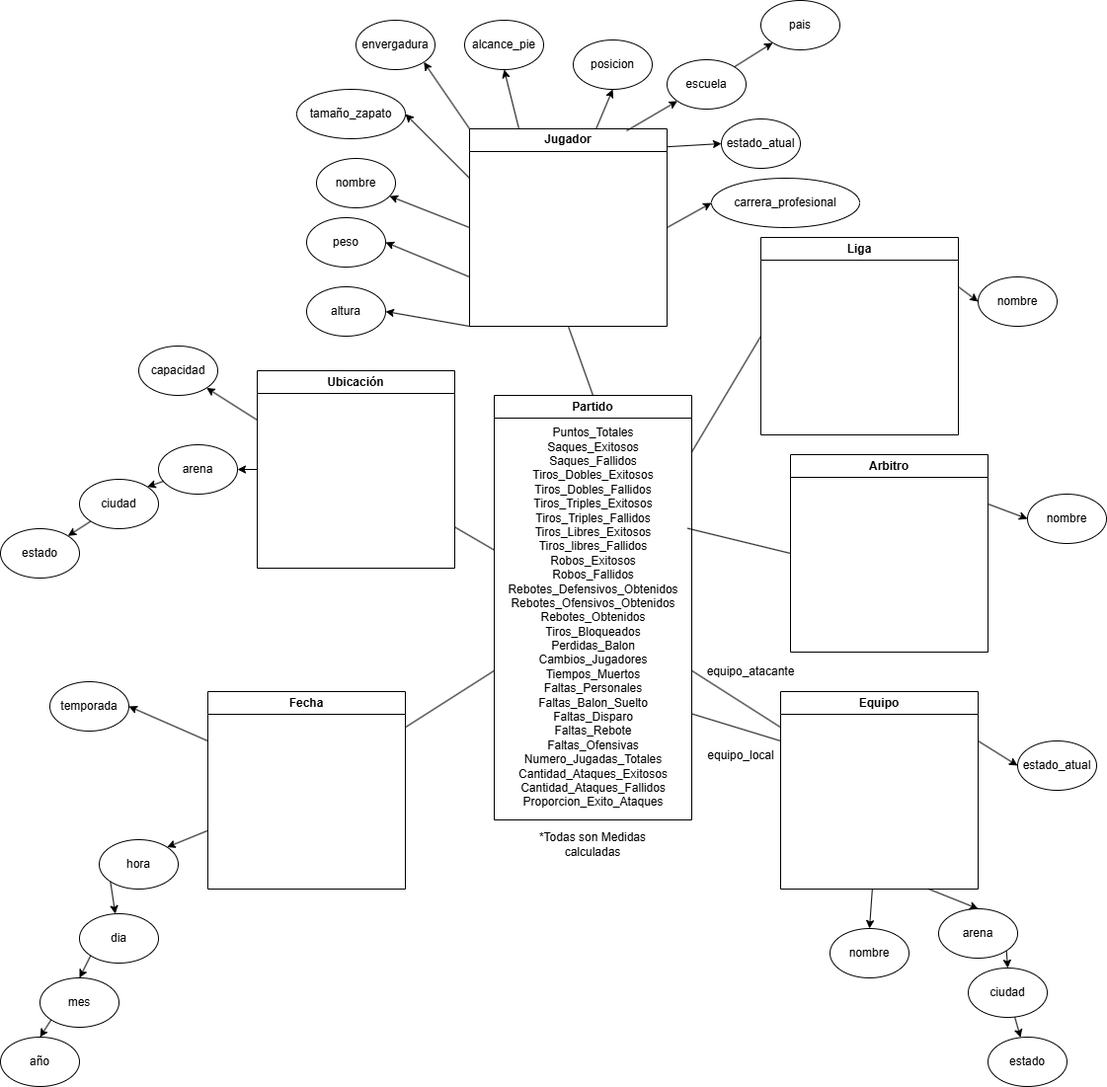
Before: NBA esquema conceptual.png, a diagram exported from draw.io (danielbo22/TFG-NBA). Source tidied: cells renumbered, new cells last; positions are measured from the earlier drawing's top-left corner, leaving out a move shared by most shapes.
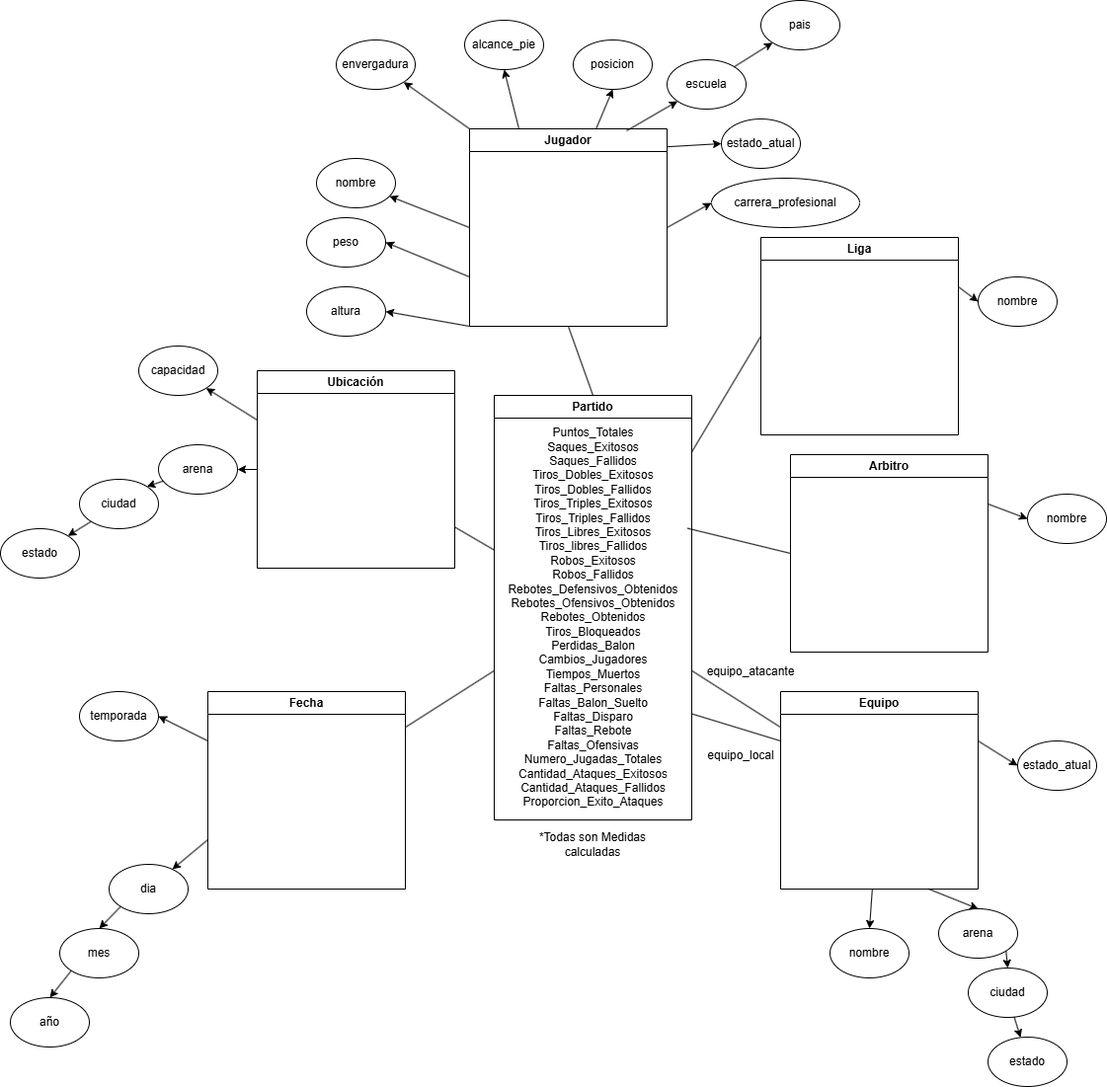
The same file after the commit.

Commit message:
Código SQL Original

The edit, as a diff of the source:
```diff
@@ -20,22 +20,16 @@
     <mxCell id="7" value="Ubicación" style="swimlane;whiteSpace=wrap;html=1;" parent="1" vertex="1">
       <mxGeometry x="260" y="375" width="200" height="200" as="geometry" />
     </mxCell>
-    <mxCell id="8" value="hora" style="ellipse;whiteSpace=wrap;html=1;" parent="1" vertex="1">
-      <mxGeometry x="100" y="850" width="80" height="50" as="geometry" />
-    </mxCell>
     <mxCell id="9" value="dia" style="ellipse;whiteSpace=wrap;html=1;" parent="1" vertex="1">
-      <mxGeometry x="80" y="925" width="80" height="50" as="geometry" />
+      <mxGeometry x="110" y="875" width="80" height="50" as="geometry" />
     </mxCell>
     <mxCell id="10" value="mes" style="ellipse;whiteSpace=wrap;html=1;" parent="1" vertex="1">
-      <mxGeometry x="40" y="990" width="80" height="50" as="geometry" />
+      <mxGeometry x="60" y="940" width="80" height="50" as="geometry" />
     </mxCell>
     <mxCell id="11" value="año" style="ellipse;whiteSpace=wrap;html=1;" parent="1" vertex="1">
-      <mxGeometry y="1050" width="80" height="50" as="geometry" />
+      <mxGeometry x="10" y="1010" width="80" height="50" as="geometry" />
     </mxCell>
-    <mxCell id="12" style="endArrow=classic;html=1;rounded=0;entryX=1;entryY=0;entryDx=0;entryDy=0;" parent="1" edge="1" source="6" target="8">
-      <mxGeometry relative="1" as="geometry" />
-    </mxCell>
-    <mxCell id="13" style="endArrow=classic;html=1;rounded=0;exitX=0;exitY=1;exitDx=0;exitDy=0;" parent="1" edge="1" source="8" target="9">
+    <mxCell id="13" style="endArrow=classic;html=1;rounded=0;exitX=0;exitY=0.75;exitDx=0;exitDy=0;" parent="1" edge="1" source="6" target="9">
       <mxGeometry relative="1" as="geometry" />
     </mxCell>
     <mxCell id="14" style="endArrow=classic;html=1;rounded=0;exitX=0;exitY=1;exitDx=0;exitDy=0;entryX=0.5;entryY=0;entryDx=0;entryDy=0;" parent="1" edge="1" source="9" target="10">
@@ -171,7 +165,7 @@
       <mxGeometry relative="1" as="geometry" />
     </mxCell>
     <mxCell id="58" value="temporada" style="ellipse;whiteSpace=wrap;html=1;" parent="1" vertex="1">
-      <mxGeometry x="50" y="690" width="80" height="50" as="geometry" />
+      <mxGeometry x="80" y="700" width="80" height="50" as="geometry" />
     </mxCell>
     <mxCell id="59" style="endArrow=classic;html=1;rounded=0;entryX=1;entryY=0.5;entryDx=0;entryDy=0;exitX=0;exitY=0.25;exitDx=0;exitDy=0;" parent="1" edge="1" source="6" target="58">
       <mxGeometry relative="1" as="geometry" />
@@ -194,11 +188,8 @@
     <mxCell id="65" style="endArrow=classic;html=1;rounded=0;exitX=1;exitY=0.5;exitDx=0;exitDy=0;entryX=0;entryY=0.5;entryDx=0;entryDy=0;" parent="1" edge="1" source="5" target="64">
       <mxGeometry relative="1" as="geometry" />
     </mxCell>
-    <mxCell id="66" value="tamaño_zapato" style="ellipse;whiteSpace=wrap;html=1;" parent="1" vertex="1">
-      <mxGeometry x="300" y="90" width="110" height="50" as="geometry" />
-    </mxCell>
     <mxCell id="67" value="envergadura" style="ellipse;whiteSpace=wrap;html=1;" parent="1" vertex="1">
-      <mxGeometry x="360" y="20" width="80" height="50" as="geometry" />
+      <mxGeometry x="340" y="40" width="80" height="50" as="geometry" />
     </mxCell>
     <mxCell id="68" value="alcance_pie" style="ellipse;whiteSpace=wrap;html=1;" parent="1" vertex="1">
       <mxGeometry x="470" y="20" width="80" height="50" as="geometry" />
@@ -209,9 +200,6 @@
     <mxCell id="70" style="endArrow=classic;html=1;rounded=0;exitX=0;exitY=0;exitDx=0;exitDy=0;entryX=1;entryY=1;entryDx=0;entryDy=0;" parent="1" edge="1" source="5" target="67">
       <mxGeometry relative="1" as="geometry" />
     </mxCell>
-    <mxCell id="71" style="endArrow=classic;html=1;rounded=0;exitX=0;exitY=0.25;exitDx=0;exitDy=0;entryX=1;entryY=0.5;entryDx=0;entryDy=0;" parent="1" edge="1" source="5" target="66">
-      <mxGeometry relative="1" as="geometry" />
-    </mxCell>
     <mxCell id="72" value="capacidad" style="ellipse;whiteSpace=wrap;html=1;" parent="1" vertex="1">
       <mxGeometry x="140" y="350" width="80" height="50" as="geometry" />
     </mxCell>
```
